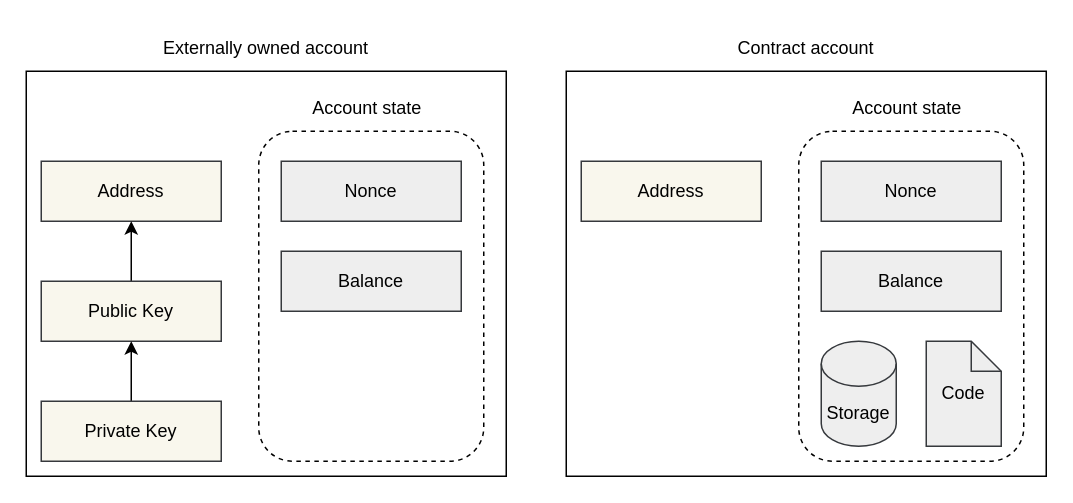
Earlier version of the draw.io diagram page "contract-account" (4 of 22) of documents/master.drawio (phamhongphuc1999/account-abstraction-app). Source tidied: cells renumbered, new cells numbered last; positions are measured from the earlier drawing's top-left corner, leaving out a move shared by most shapes. Both pictures are drawn from the tidied source at 150%, with x=0, y=0 at pixel (26, 26).
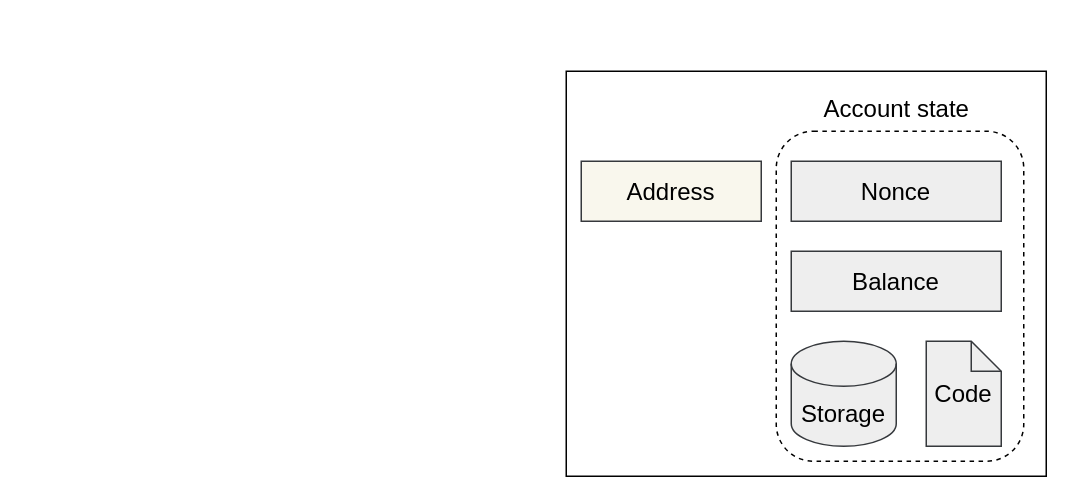
Above is the later version.

The edit, as a diff of the source:
```diff
@@
-    <mxCell id="2" style="rounded=0;whiteSpace=wrap;html=1;" parent="1" vertex="1">
-      <mxGeometry y="30" width="320" height="270" as="geometry" />
-    </mxCell>
-    <mxCell id="3" value="Address" style="rounded=0;whiteSpace=wrap;html=1;fillColor=#f9f7ed;strokeColor=#36393d;" parent="1" vertex="1">
-      <mxGeometry x="10" y="90" width="120" height="40" as="geometry" />
-    </mxCell>
-    <mxCell id="4" style="edgeStyle=orthogonalEdgeStyle;rounded=0;jettySize=auto;html=1;" parent="1" edge="1" source="5" target="3">
-      <mxGeometry relative="1" as="geometry" />
-    </mxCell>
-    <mxCell id="5" value="Public Key" style="rounded=0;whiteSpace=wrap;html=1;fillColor=#f9f7ed;strokeColor=#36393d;" parent="1" vertex="1">
-      <mxGeometry x="10" y="170" width="120" height="40" as="geometry" />
-    </mxCell>
-    <mxCell id="6" style="edgeStyle=orthogonalEdgeStyle;rounded=0;jettySize=auto;html=1;" parent="1" edge="1" source="7" target="5">
-      <mxGeometry relative="1" as="geometry" />
-    </mxCell>
-    <mxCell id="7" value="Private Key" style="rounded=0;whiteSpace=wrap;html=1;fillColor=#f9f7ed;strokeColor=#36393d;" parent="1" vertex="1">
-      <mxGeometry x="10" y="250" width="120" height="40" as="geometry" />
-    </mxCell>
-    <mxCell id="8" style="rounded=1;whiteSpace=wrap;html=1;dashed=1;" parent="1" vertex="1">
-      <mxGeometry x="155" y="70" width="150" height="220" as="geometry" />
-    </mxCell>
-    <mxCell id="9" value="Balance" style="rounded=0;whiteSpace=wrap;html=1;fillColor=#eeeeee;strokeColor=#36393d;" parent="1" vertex="1">
-      <mxGeometry x="170" y="150" width="120" height="40" as="geometry" />
-    </mxCell>
-    <mxCell id="10" value="Nonce" style="rounded=0;whiteSpace=wrap;html=1;fillColor=#eeeeee;strokeColor=#36393d;" parent="1" vertex="1">
-      <mxGeometry x="170" y="90" width="120" height="40" as="geometry" />
-    </mxCell>
-    <mxCell id="11" value="Account state" style="text;html=1;align=center;verticalAlign=middle;whiteSpace=wrap;rounded=0;" parent="1" vertex="1">
-      <mxGeometry x="170" y="40" width="115" height="30" as="geometry" />
-    </mxCell>
-    <mxCell id="12" value="Externally owned account" style="text;html=1;align=center;verticalAlign=middle;whiteSpace=wrap;rounded=0;" parent="1" vertex="1">
-      <mxGeometry width="320" height="30" as="geometry" />
-    </mxCell>
-    <mxCell id="13" style="rounded=0;whiteSpace=wrap;html=1;" parent="1" vertex="1">
-      <mxGeometry x="360" y="30" width="320" height="270" as="geometry" />
-    </mxCell>
-    <mxCell id="14" value="Address" style="rounded=0;whiteSpace=wrap;html=1;fillColor=#f9f7ed;strokeColor=#36393d;" parent="1" vertex="1">
-      <mxGeometry x="370" y="90" width="120" height="40" as="geometry" />
-    </mxCell>
-    <mxCell id="15" style="rounded=1;whiteSpace=wrap;html=1;dashed=1;" parent="1" vertex="1">
-      <mxGeometry x="515" y="70" width="150" height="220" as="geometry" />
-    </mxCell>
-    <mxCell id="16" value="Balance" style="rounded=0;whiteSpace=wrap;html=1;fillColor=#eeeeee;strokeColor=#36393d;" parent="1" vertex="1">
-      <mxGeometry x="530" y="150" width="120" height="40" as="geometry" />
-    </mxCell>
-    <mxCell id="17" value="Nonce" style="rounded=0;whiteSpace=wrap;html=1;fillColor=#eeeeee;strokeColor=#36393d;" parent="1" vertex="1">
-      <mxGeometry x="530" y="90" width="120" height="40" as="geometry" />
-    </mxCell>
-    <mxCell id="18" value="Account state" style="text;html=1;align=center;verticalAlign=middle;whiteSpace=wrap;rounded=0;" parent="1" vertex="1">
-      <mxGeometry x="530" y="40" width="115" height="30" as="geometry" />
-    </mxCell>
-    <mxCell id="19" value="Contract account" style="text;html=1;align=center;verticalAlign=middle;whiteSpace=wrap;rounded=0;" parent="1" vertex="1">
-      <mxGeometry x="360" width="320" height="30" as="geometry" />
-    </mxCell>
+    <mxCell id="22" style="rounded=0;whiteSpace=wrap;html=1;fontSize=16;" parent="1" vertex="1">
+      <mxGeometry x="360" y="30" width="320" height="270" as="geometry" />
+    </mxCell>
+    <mxCell id="23" value="Address" style="rounded=0;whiteSpace=wrap;html=1;fillColor=#f9f7ed;strokeColor=#36393d;fontSize=16;" parent="1" vertex="1">
+      <mxGeometry x="370" y="90" width="120" height="40" as="geometry" />
+    </mxCell>
+    <mxCell id="24" style="rounded=1;whiteSpace=wrap;html=1;dashed=1;fontSize=16;" parent="1" vertex="1">
+      <mxGeometry x="500" y="70" width="165" height="220" as="geometry" />
+    </mxCell>
+    <mxCell id="25" value="Balance" style="rounded=0;whiteSpace=wrap;html=1;fillColor=#eeeeee;strokeColor=#36393d;fontSize=16;" parent="1" vertex="1">
+      <mxGeometry x="510" y="150" width="140" height="40" as="geometry" />
+    </mxCell>
+    <mxCell id="26" value="Nonce" style="rounded=0;whiteSpace=wrap;html=1;fillColor=#eeeeee;strokeColor=#36393d;fontSize=16;" parent="1" vertex="1">
+      <mxGeometry x="510" y="90" width="140" height="40" as="geometry" />
+    </mxCell>
+    <mxCell id="27" value="Account state" style="text;html=1;align=center;verticalAlign=middle;whiteSpace=wrap;rounded=0;fontSize=16;" parent="1" vertex="1">
+      <mxGeometry x="522.5" y="40" width="115" height="30" as="geometry" />
+    </mxCell>
-    <mxCell id="20" value="Storage" style="shape=cylinder3;whiteSpace=wrap;html=1;boundedLbl=1;backgroundOutline=1;size=15;fillColor=#eeeeee;strokeColor=#36393d;" parent="1" vertex="1">
-      <mxGeometry x="530" y="210" width="50" height="70" as="geometry" />
+    <mxCell id="20" value="Storage" style="shape=cylinder3;whiteSpace=wrap;html=1;boundedLbl=1;backgroundOutline=1;size=15;fillColor=#eeeeee;strokeColor=#36393d;fontSize=16;" parent="1" vertex="1">
+      <mxGeometry x="510" y="210" width="70" height="70" as="geometry" />
     </mxCell>
-    <mxCell id="21" value="Code" style="shape=note;size=20;whiteSpace=wrap;html=1;fillColor=#eeeeee;strokeColor=#36393d;" parent="1" vertex="1">
+    <mxCell id="21" value="Code" style="shape=note;size=20;whiteSpace=wrap;html=1;fillColor=#eeeeee;strokeColor=#36393d;fontSize=16;" parent="1" vertex="1">
       <mxGeometry x="600" y="210" width="50" height="70" as="geometry" />
     </mxCell>
```
